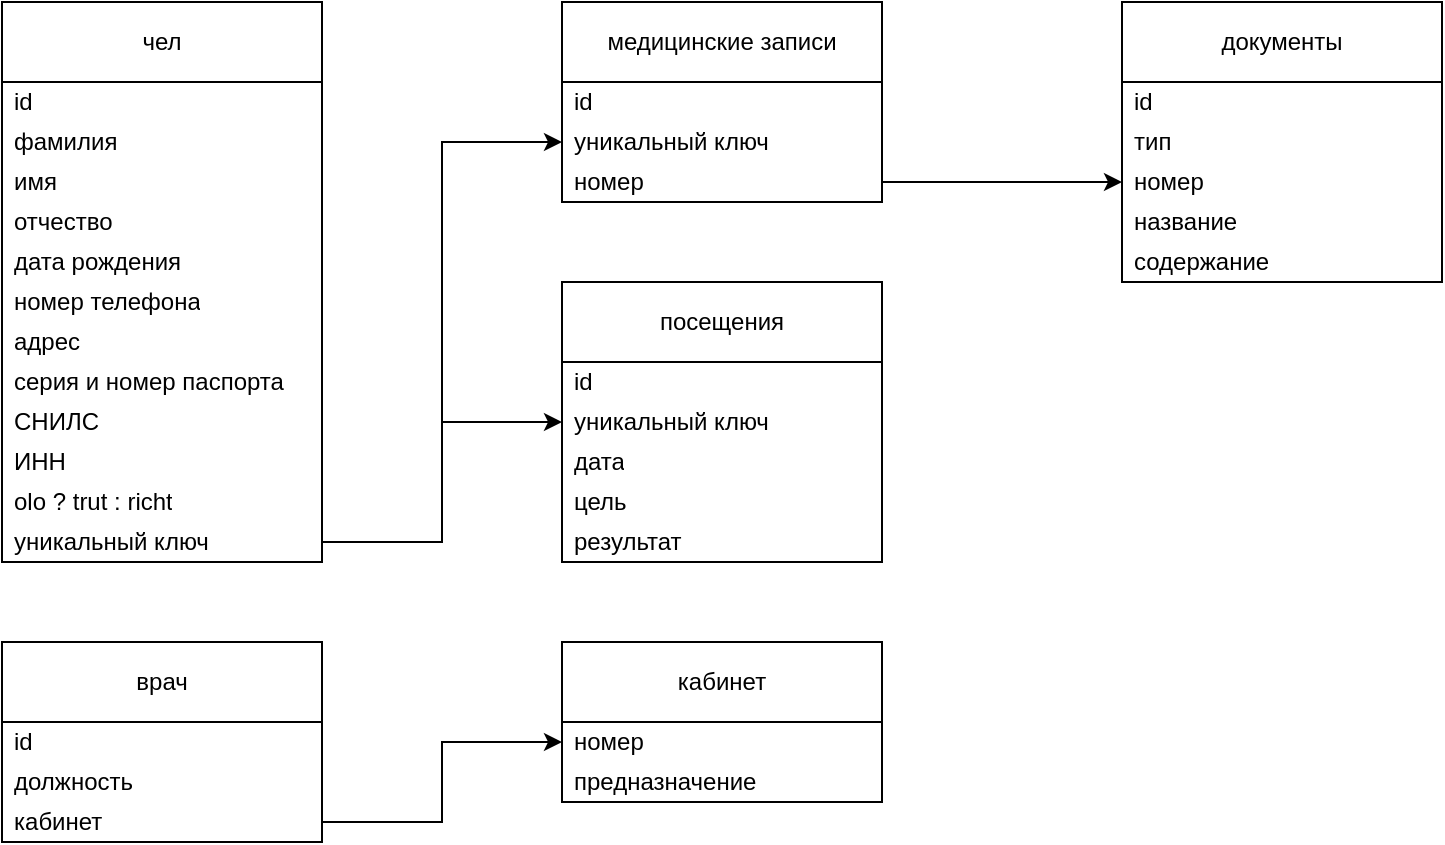
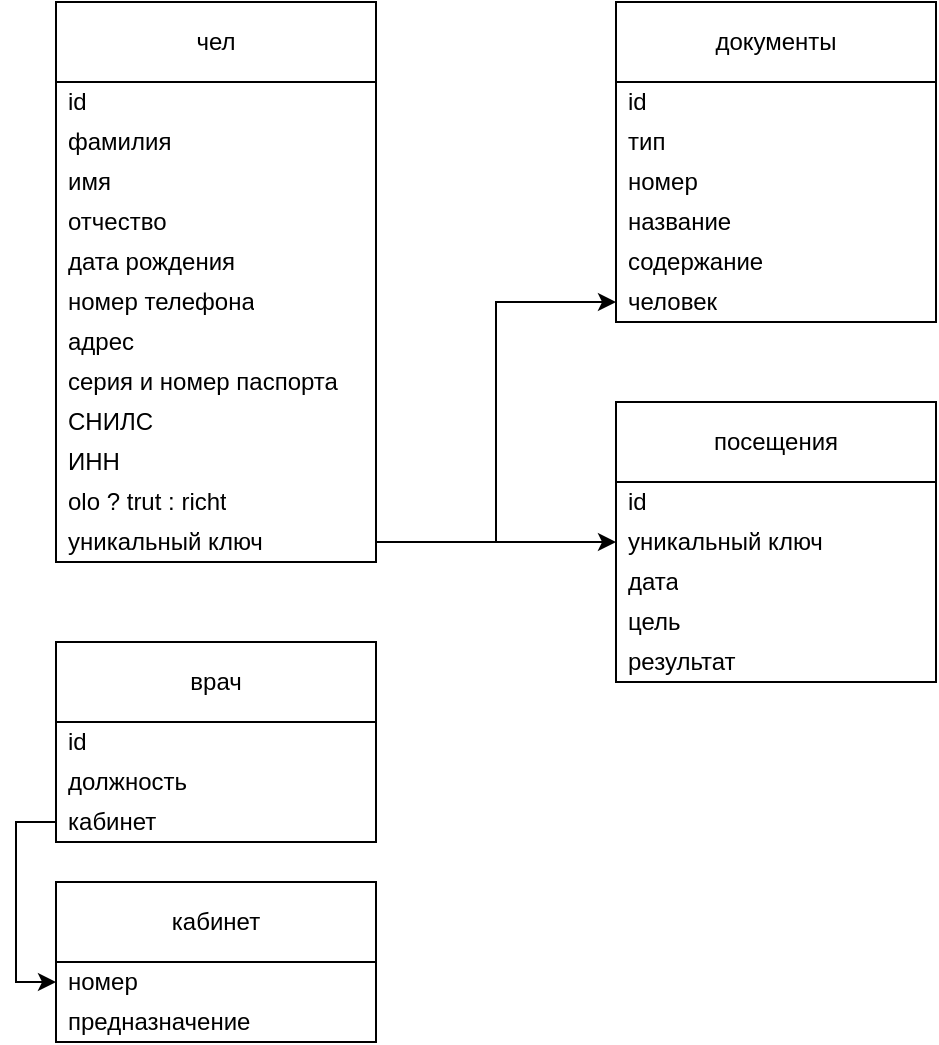
<mxfile host="Electron" agent="Mozilla/5.0 (Windows NT 10.0; Win64; x64) AppleWebKit/537.36 (KHTML, like Gecko) draw.io/29.6.1 Chrome/142.0.7444.265 Electron/39.8.0 Safari/537.36" version="29.6.1">
  <diagram name="Страница-1" id="a21MgUtPKJdnRfCgL1Ge">
-     <mxGraphModel dx="492" dy="307" grid="1" gridSize="10" guides="1" tooltips="1" connect="1" arrows="1" fold="1" page="1" pageScale="1" pageWidth="827" pageHeight="1169" math="0" shadow="0">
+     <mxGraphModel dx="1188" dy="741" grid="1" gridSize="10" guides="1" tooltips="1" connect="1" arrows="1" fold="1" page="1" pageScale="1" pageWidth="827" pageHeight="1169" math="0" shadow="0">
      <root>
        <mxCell id="0" />
        <mxCell id="1" parent="0" />
        <mxCell id="TgU9roTelHohaQH2FK3k-1" parent="1" style="swimlane;fontStyle=0;childLayout=stackLayout;horizontal=1;startSize=40;horizontalStack=0;resizeParent=1;resizeParentMax=0;resizeLast=0;collapsible=1;marginBottom=0;whiteSpace=wrap;html=1;" value="чел" vertex="1">
          <mxGeometry height="280" width="160" x="80" y="80" as="geometry" />
        </mxCell>
        <mxCell id="TgU9roTelHohaQH2FK3k-2" parent="TgU9roTelHohaQH2FK3k-1" style="text;strokeColor=none;fillColor=none;align=left;verticalAlign=middle;spacingLeft=4;spacingRight=4;overflow=hidden;points=[[0,0.5],[1,0.5]];portConstraint=eastwest;rotatable=0;whiteSpace=wrap;html=1;" value="id" vertex="1">
          <mxGeometry height="20" width="160" y="40" as="geometry" />
        </mxCell>
        <mxCell id="TgU9roTelHohaQH2FK3k-3" parent="TgU9roTelHohaQH2FK3k-1" style="text;strokeColor=none;fillColor=none;align=left;verticalAlign=middle;spacingLeft=4;spacingRight=4;overflow=hidden;points=[[0,0.5],[1,0.5]];portConstraint=eastwest;rotatable=0;whiteSpace=wrap;html=1;" value="фамилия" vertex="1">
          <mxGeometry height="20" width="160" y="60" as="geometry" />
        </mxCell>
        <mxCell id="TgU9roTelHohaQH2FK3k-4" parent="TgU9roTelHohaQH2FK3k-1" style="text;strokeColor=none;fillColor=none;align=left;verticalAlign=middle;spacingLeft=4;spacingRight=4;overflow=hidden;points=[[0,0.5],[1,0.5]];portConstraint=eastwest;rotatable=0;whiteSpace=wrap;html=1;" value="имя" vertex="1">
          <mxGeometry height="20" width="160" y="80" as="geometry" />
        </mxCell>
        <mxCell id="cz48e77hF1qOZ6CIWqxK-1" parent="TgU9roTelHohaQH2FK3k-1" style="text;strokeColor=none;fillColor=none;align=left;verticalAlign=middle;spacingLeft=4;spacingRight=4;overflow=hidden;points=[[0,0.5],[1,0.5]];portConstraint=eastwest;rotatable=0;whiteSpace=wrap;html=1;" value="отчество" vertex="1">
          <mxGeometry height="20" width="160" y="100" as="geometry" />
        </mxCell>
        <mxCell id="TgU9roTelHohaQH2FK3k-5" parent="TgU9roTelHohaQH2FK3k-1" style="text;strokeColor=none;fillColor=none;align=left;verticalAlign=middle;spacingLeft=4;spacingRight=4;overflow=hidden;points=[[0,0.5],[1,0.5]];portConstraint=eastwest;rotatable=0;whiteSpace=wrap;html=1;" value="дата рождения" vertex="1">
          <mxGeometry height="20" width="160" y="120" as="geometry" />
        </mxCell>
        <mxCell id="TgU9roTelHohaQH2FK3k-6" parent="TgU9roTelHohaQH2FK3k-1" style="text;strokeColor=none;fillColor=none;align=left;verticalAlign=middle;spacingLeft=4;spacingRight=4;overflow=hidden;points=[[0,0.5],[1,0.5]];portConstraint=eastwest;rotatable=0;whiteSpace=wrap;html=1;" value="номер телефона" vertex="1">
          <mxGeometry height="20" width="160" y="140" as="geometry" />
        </mxCell>
        <mxCell id="cz48e77hF1qOZ6CIWqxK-2" parent="TgU9roTelHohaQH2FK3k-1" style="text;strokeColor=none;fillColor=none;align=left;verticalAlign=middle;spacingLeft=4;spacingRight=4;overflow=hidden;points=[[0,0.5],[1,0.5]];portConstraint=eastwest;rotatable=0;whiteSpace=wrap;html=1;" value="адрес" vertex="1">
          <mxGeometry height="20" width="160" y="160" as="geometry" />
        </mxCell>
        <mxCell id="TgU9roTelHohaQH2FK3k-7" parent="TgU9roTelHohaQH2FK3k-1" style="text;strokeColor=none;fillColor=none;align=left;verticalAlign=middle;spacingLeft=4;spacingRight=4;overflow=hidden;points=[[0,0.5],[1,0.5]];portConstraint=eastwest;rotatable=0;whiteSpace=wrap;html=1;" value="серия и номер паспорта" vertex="1">
          <mxGeometry height="20" width="160" y="180" as="geometry" />
        </mxCell>
        <mxCell id="TgU9roTelHohaQH2FK3k-8" parent="TgU9roTelHohaQH2FK3k-1" style="text;strokeColor=none;fillColor=none;align=left;verticalAlign=middle;spacingLeft=4;spacingRight=4;overflow=hidden;points=[[0,0.5],[1,0.5]];portConstraint=eastwest;rotatable=0;whiteSpace=wrap;html=1;" value="СНИЛС" vertex="1">
          <mxGeometry height="20" width="160" y="200" as="geometry" />
        </mxCell>
        <mxCell id="TgU9roTelHohaQH2FK3k-9" parent="TgU9roTelHohaQH2FK3k-1" style="text;strokeColor=none;fillColor=none;align=left;verticalAlign=middle;spacingLeft=4;spacingRight=4;overflow=hidden;points=[[0,0.5],[1,0.5]];portConstraint=eastwest;rotatable=0;whiteSpace=wrap;html=1;" value="ИНН" vertex="1">
          <mxGeometry height="20" width="160" y="220" as="geometry" />
        </mxCell>
        <mxCell id="TgU9roTelHohaQH2FK3k-10" parent="TgU9roTelHohaQH2FK3k-1" style="text;strokeColor=none;fillColor=none;align=left;verticalAlign=middle;spacingLeft=4;spacingRight=4;overflow=hidden;points=[[0,0.5],[1,0.5]];portConstraint=eastwest;rotatable=0;whiteSpace=wrap;html=1;" value="olo ? trut : richt" vertex="1">
          <mxGeometry height="20" width="160" y="240" as="geometry" />
        </mxCell>
        <mxCell id="TgU9roTelHohaQH2FK3k-31" parent="TgU9roTelHohaQH2FK3k-1" style="text;strokeColor=none;fillColor=none;align=left;verticalAlign=middle;spacingLeft=4;spacingRight=4;overflow=hidden;points=[[0,0.5],[1,0.5]];portConstraint=eastwest;rotatable=0;whiteSpace=wrap;html=1;" value="уникальный ключ" vertex="1">
          <mxGeometry height="20" width="160" y="260" as="geometry" />
        </mxCell>
-         <mxCell id="TgU9roTelHohaQH2FK3k-21" parent="1" style="swimlane;fontStyle=0;childLayout=stackLayout;horizontal=1;startSize=40;horizontalStack=0;resizeParent=1;resizeParentMax=0;resizeLast=0;collapsible=1;marginBottom=0;whiteSpace=wrap;html=1;" value="медицинские записи" vertex="1">
-           <mxGeometry height="100" width="160" x="360" y="80" as="geometry" />
-         </mxCell>
-         <mxCell id="EbQ-D4Pp5Pddp-Q1myPs-3" parent="TgU9roTelHohaQH2FK3k-21" style="text;strokeColor=none;fillColor=none;align=left;verticalAlign=middle;spacingLeft=4;spacingRight=4;overflow=hidden;points=[[0,0.5],[1,0.5]];portConstraint=eastwest;rotatable=0;whiteSpace=wrap;html=1;" value="id" vertex="1">
-           <mxGeometry height="20" width="160" y="40" as="geometry" />
-         </mxCell>
-         <mxCell id="TgU9roTelHohaQH2FK3k-32" parent="TgU9roTelHohaQH2FK3k-21" style="text;strokeColor=none;fillColor=none;align=left;verticalAlign=middle;spacingLeft=4;spacingRight=4;overflow=hidden;points=[[0,0.5],[1,0.5]];portConstraint=eastwest;rotatable=0;whiteSpace=wrap;html=1;" value="уникальный ключ" vertex="1">
-           <mxGeometry height="20" width="160" y="60" as="geometry" />
-         </mxCell>
-         <mxCell id="TgU9roTelHohaQH2FK3k-33" parent="TgU9roTelHohaQH2FK3k-21" style="text;strokeColor=none;fillColor=none;align=left;verticalAlign=middle;spacingLeft=4;spacingRight=4;overflow=hidden;points=[[0,0.5],[1,0.5]];portConstraint=eastwest;rotatable=0;whiteSpace=wrap;html=1;" value="номер" vertex="1">
-           <mxGeometry height="20" width="160" y="80" as="geometry" />
-         </mxCell>
        <mxCell id="_7bwxEnkeykLmXKwQ_Hy-1" parent="1" style="swimlane;fontStyle=0;childLayout=stackLayout;horizontal=1;startSize=40;horizontalStack=0;resizeParent=1;resizeParentMax=0;resizeLast=0;collapsible=1;marginBottom=0;whiteSpace=wrap;html=1;" value="посещения" vertex="1">
-           <mxGeometry height="140" width="160" x="360" y="220" as="geometry" />
+           <mxGeometry height="140" width="160" x="360" y="280" as="geometry" />
        </mxCell>
        <mxCell id="EbQ-D4Pp5Pddp-Q1myPs-4" parent="_7bwxEnkeykLmXKwQ_Hy-1" style="text;strokeColor=none;fillColor=none;align=left;verticalAlign=middle;spacingLeft=4;spacingRight=4;overflow=hidden;points=[[0,0.5],[1,0.5]];portConstraint=eastwest;rotatable=0;whiteSpace=wrap;html=1;" value="id" vertex="1">
          <mxGeometry height="20" width="160" y="40" as="geometry" />
        </mxCell>
        <mxCell id="_7bwxEnkeykLmXKwQ_Hy-2" parent="_7bwxEnkeykLmXKwQ_Hy-1" style="text;strokeColor=none;fillColor=none;align=left;verticalAlign=middle;spacingLeft=4;spacingRight=4;overflow=hidden;points=[[0,0.5],[1,0.5]];portConstraint=eastwest;rotatable=0;whiteSpace=wrap;html=1;" value="уникальный ключ" vertex="1">
          <mxGeometry height="20" width="160" y="60" as="geometry" />
        </mxCell>
        <mxCell id="_7bwxEnkeykLmXKwQ_Hy-3" parent="_7bwxEnkeykLmXKwQ_Hy-1" style="text;strokeColor=none;fillColor=none;align=left;verticalAlign=middle;spacingLeft=4;spacingRight=4;overflow=hidden;points=[[0,0.5],[1,0.5]];portConstraint=eastwest;rotatable=0;whiteSpace=wrap;html=1;" value="дата" vertex="1">
          <mxGeometry height="20" width="160" y="80" as="geometry" />
        </mxCell>
        <mxCell id="_7bwxEnkeykLmXKwQ_Hy-4" parent="_7bwxEnkeykLmXKwQ_Hy-1" style="text;strokeColor=none;fillColor=none;align=left;verticalAlign=middle;spacingLeft=4;spacingRight=4;overflow=hidden;points=[[0,0.5],[1,0.5]];portConstraint=eastwest;rotatable=0;whiteSpace=wrap;html=1;" value="цель" vertex="1">
          <mxGeometry height="20" width="160" y="100" as="geometry" />
        </mxCell>
        <mxCell id="_7bwxEnkeykLmXKwQ_Hy-5" parent="_7bwxEnkeykLmXKwQ_Hy-1" style="text;strokeColor=none;fillColor=none;align=left;verticalAlign=middle;spacingLeft=4;spacingRight=4;overflow=hidden;points=[[0,0.5],[1,0.5]];portConstraint=eastwest;rotatable=0;whiteSpace=wrap;html=1;" value="результат" vertex="1">
          <mxGeometry height="20" width="160" y="120" as="geometry" />
        </mxCell>
        <mxCell id="EbQ-D4Pp5Pddp-Q1myPs-5" parent="1" style="swimlane;fontStyle=0;childLayout=stackLayout;horizontal=1;startSize=40;horizontalStack=0;resizeParent=1;resizeParentMax=0;resizeLast=0;collapsible=1;marginBottom=0;whiteSpace=wrap;html=1;" value="врач" vertex="1">
          <mxGeometry height="100" width="160" x="80" y="400" as="geometry" />
        </mxCell>
        <mxCell id="EbQ-D4Pp5Pddp-Q1myPs-6" parent="EbQ-D4Pp5Pddp-Q1myPs-5" style="text;strokeColor=none;fillColor=none;align=left;verticalAlign=middle;spacingLeft=4;spacingRight=4;overflow=hidden;points=[[0,0.5],[1,0.5]];portConstraint=eastwest;rotatable=0;whiteSpace=wrap;html=1;" value="id" vertex="1">
          <mxGeometry height="20" width="160" y="40" as="geometry" />
        </mxCell>
        <mxCell id="EbQ-D4Pp5Pddp-Q1myPs-7" parent="EbQ-D4Pp5Pddp-Q1myPs-5" style="text;strokeColor=none;fillColor=none;align=left;verticalAlign=middle;spacingLeft=4;spacingRight=4;overflow=hidden;points=[[0,0.5],[1,0.5]];portConstraint=eastwest;rotatable=0;whiteSpace=wrap;html=1;" value="должность" vertex="1">
          <mxGeometry height="20" width="160" y="60" as="geometry" />
        </mxCell>
        <mxCell id="EbQ-D4Pp5Pddp-Q1myPs-8" parent="EbQ-D4Pp5Pddp-Q1myPs-5" style="text;strokeColor=none;fillColor=none;align=left;verticalAlign=middle;spacingLeft=4;spacingRight=4;overflow=hidden;points=[[0,0.5],[1,0.5]];portConstraint=eastwest;rotatable=0;whiteSpace=wrap;html=1;" value="кабинет" vertex="1">
          <mxGeometry height="20" width="160" y="80" as="geometry" />
        </mxCell>
        <mxCell id="EbQ-D4Pp5Pddp-Q1myPs-9" parent="1" style="swimlane;fontStyle=0;childLayout=stackLayout;horizontal=1;startSize=40;horizontalStack=0;resizeParent=1;resizeParentMax=0;resizeLast=0;collapsible=1;marginBottom=0;whiteSpace=wrap;html=1;" value="кабинет" vertex="1">
-           <mxGeometry height="80" width="160" x="360" y="400" as="geometry" />
+           <mxGeometry height="80" width="160" x="80" y="520" as="geometry" />
        </mxCell>
        <mxCell id="EbQ-D4Pp5Pddp-Q1myPs-10" parent="EbQ-D4Pp5Pddp-Q1myPs-9" style="text;strokeColor=none;fillColor=none;align=left;verticalAlign=middle;spacingLeft=4;spacingRight=4;overflow=hidden;points=[[0,0.5],[1,0.5]];portConstraint=eastwest;rotatable=0;whiteSpace=wrap;html=1;" value="номер" vertex="1">
          <mxGeometry height="20" width="160" y="40" as="geometry" />
        </mxCell>
        <mxCell id="EbQ-D4Pp5Pddp-Q1myPs-11" parent="EbQ-D4Pp5Pddp-Q1myPs-9" style="text;strokeColor=none;fillColor=none;align=left;verticalAlign=middle;spacingLeft=4;spacingRight=4;overflow=hidden;points=[[0,0.5],[1,0.5]];portConstraint=eastwest;rotatable=0;whiteSpace=wrap;html=1;" value="предназначение" vertex="1">
          <mxGeometry height="20" width="160" y="60" as="geometry" />
        </mxCell>
        <mxCell id="EbQ-D4Pp5Pddp-Q1myPs-13" edge="1" parent="1" source="EbQ-D4Pp5Pddp-Q1myPs-8" style="edgeStyle=orthogonalEdgeStyle;rounded=0;orthogonalLoop=1;jettySize=auto;html=1;entryX=0;entryY=0.5;entryDx=0;entryDy=0;" target="EbQ-D4Pp5Pddp-Q1myPs-10">
          <mxGeometry relative="1" as="geometry" />
        </mxCell>
        <mxCell id="EbQ-D4Pp5Pddp-Q1myPs-14" parent="1" style="swimlane;fontStyle=0;childLayout=stackLayout;horizontal=1;startSize=40;horizontalStack=0;resizeParent=1;resizeParentMax=0;resizeLast=0;collapsible=1;marginBottom=0;whiteSpace=wrap;html=1;" value="документы" vertex="1">
-           <mxGeometry height="140" width="160" x="640" y="80" as="geometry" />
+           <mxGeometry height="160" width="160" x="360" y="80" as="geometry" />
        </mxCell>
        <mxCell id="EbQ-D4Pp5Pddp-Q1myPs-15" parent="EbQ-D4Pp5Pddp-Q1myPs-14" style="text;strokeColor=none;fillColor=none;align=left;verticalAlign=middle;spacingLeft=4;spacingRight=4;overflow=hidden;points=[[0,0.5],[1,0.5]];portConstraint=eastwest;rotatable=0;whiteSpace=wrap;html=1;" value="id" vertex="1">
          <mxGeometry height="20" width="160" y="40" as="geometry" />
        </mxCell>
        <mxCell id="EbQ-D4Pp5Pddp-Q1myPs-16" parent="EbQ-D4Pp5Pddp-Q1myPs-14" style="text;strokeColor=none;fillColor=none;align=left;verticalAlign=middle;spacingLeft=4;spacingRight=4;overflow=hidden;points=[[0,0.5],[1,0.5]];portConstraint=eastwest;rotatable=0;whiteSpace=wrap;html=1;" value="тип" vertex="1">
          <mxGeometry height="20" width="160" y="60" as="geometry" />
        </mxCell>
        <mxCell id="EbQ-D4Pp5Pddp-Q1myPs-17" parent="EbQ-D4Pp5Pddp-Q1myPs-14" style="text;strokeColor=none;fillColor=none;align=left;verticalAlign=middle;spacingLeft=4;spacingRight=4;overflow=hidden;points=[[0,0.5],[1,0.5]];portConstraint=eastwest;rotatable=0;whiteSpace=wrap;html=1;" value="номер" vertex="1">
          <mxGeometry height="20" width="160" y="80" as="geometry" />
        </mxCell>
        <mxCell id="EbQ-D4Pp5Pddp-Q1myPs-18" parent="EbQ-D4Pp5Pddp-Q1myPs-14" style="text;strokeColor=none;fillColor=none;align=left;verticalAlign=middle;spacingLeft=4;spacingRight=4;overflow=hidden;points=[[0,0.5],[1,0.5]];portConstraint=eastwest;rotatable=0;whiteSpace=wrap;html=1;" value="название" vertex="1">
          <mxGeometry height="20" width="160" y="100" as="geometry" />
        </mxCell>
        <mxCell id="EbQ-D4Pp5Pddp-Q1myPs-19" parent="EbQ-D4Pp5Pddp-Q1myPs-14" style="text;strokeColor=none;fillColor=none;align=left;verticalAlign=middle;spacingLeft=4;spacingRight=4;overflow=hidden;points=[[0,0.5],[1,0.5]];portConstraint=eastwest;rotatable=0;whiteSpace=wrap;html=1;" value="содержание" vertex="1">
          <mxGeometry height="20" width="160" y="120" as="geometry" />
        </mxCell>
+         <mxCell id="ySyVtbf1JJtKfQZSl_la-1" parent="EbQ-D4Pp5Pddp-Q1myPs-14" style="text;strokeColor=none;fillColor=none;align=left;verticalAlign=middle;spacingLeft=4;spacingRight=4;overflow=hidden;points=[[0,0.5],[1,0.5]];portConstraint=eastwest;rotatable=0;whiteSpace=wrap;html=1;" value="человек" vertex="1">
+           <mxGeometry height="20" width="160" y="140" as="geometry" />
+         </mxCell>
        <mxCell id="EbQ-D4Pp5Pddp-Q1myPs-20" edge="1" parent="1" source="TgU9roTelHohaQH2FK3k-31" style="edgeStyle=orthogonalEdgeStyle;rounded=0;orthogonalLoop=1;jettySize=auto;html=1;entryX=0;entryY=0.5;entryDx=0;entryDy=0;" target="_7bwxEnkeykLmXKwQ_Hy-2">
          <mxGeometry relative="1" as="geometry" />
        </mxCell>
-         <mxCell id="EbQ-D4Pp5Pddp-Q1myPs-21" edge="1" parent="1" source="TgU9roTelHohaQH2FK3k-31" style="edgeStyle=orthogonalEdgeStyle;rounded=0;orthogonalLoop=1;jettySize=auto;html=1;entryX=0;entryY=0.5;entryDx=0;entryDy=0;" target="TgU9roTelHohaQH2FK3k-32">
-           <mxGeometry relative="1" as="geometry" />
-         </mxCell>
-         <mxCell id="EbQ-D4Pp5Pddp-Q1myPs-22" edge="1" parent="1" source="TgU9roTelHohaQH2FK3k-33" style="edgeStyle=orthogonalEdgeStyle;rounded=0;orthogonalLoop=1;jettySize=auto;html=1;entryX=0;entryY=0.5;entryDx=0;entryDy=0;" target="EbQ-D4Pp5Pddp-Q1myPs-17">
-           <mxGeometry relative="1" as="geometry" />
+         <mxCell id="EbQ-D4Pp5Pddp-Q1myPs-21" edge="1" parent="1" source="TgU9roTelHohaQH2FK3k-31" style="edgeStyle=orthogonalEdgeStyle;rounded=0;orthogonalLoop=1;jettySize=auto;html=1;entryX=0;entryY=0.5;entryDx=0;entryDy=0;" target="ySyVtbf1JJtKfQZSl_la-1">
+           <mxGeometry relative="1" as="geometry">
+             <mxPoint x="360" y="150" as="targetPoint" />
+           </mxGeometry>
        </mxCell>
      </root>
    </mxGraphModel>
  </diagram>
</mxfile>
